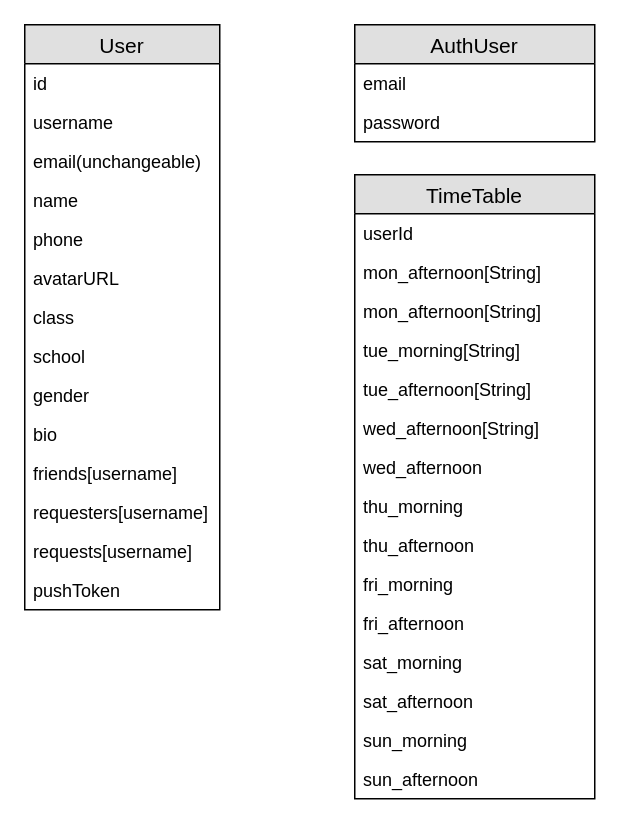
Above: page "databases" (1 of 2) of docs/diagrams.drawio in apieceofcode1801/student_time_table (draw.io), before the change. Source tidied: cells renumbered, new cells numbered last; positions are measured from the earlier drawing's top-left corner, leaving out a move shared by most shapes. Both pictures are drawn from the tidied source at 150%, with x=0, y=0 at pixel (24, 24).
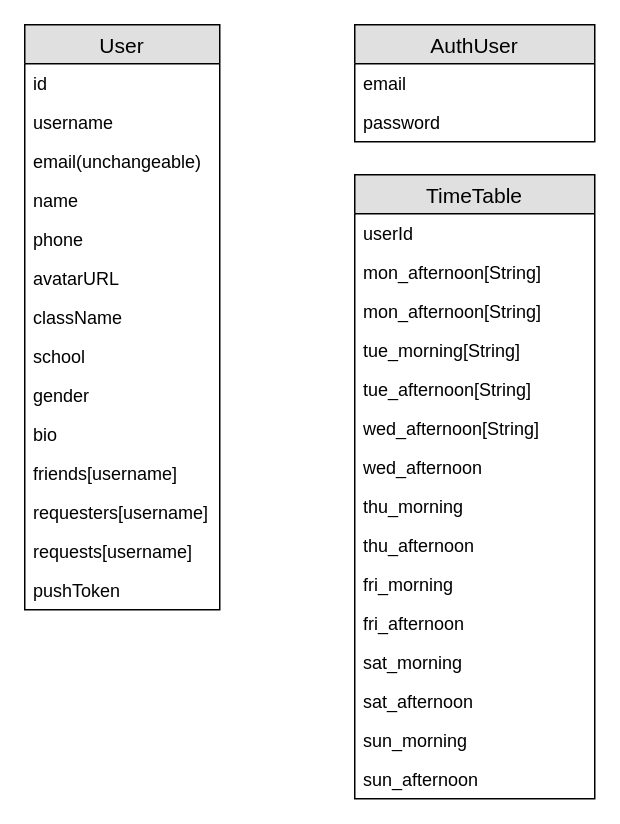
Above is the later version.

The change refers to these unchanged cells:
```xml
<mxCell id="2" value="User" style="swimlane;fontStyle=0;horizontal=1;startSize=26;fillColor=#e0e0e0;swimlaneFillColor=#ffffff;align=center;fontSize=14;" parent="1" vertex="1">
  <mxGeometry width="130" height="390" as="geometry" />
</mxCell>
```

The edit, as a diff of the source:
```diff
@@
-    <mxCell id="9" value="class" style="text;strokeColor=none;fillColor=none;spacingLeft=4;spacingRight=4;overflow=hidden;fontSize=12;" parent="2" vertex="1">
+    <mxCell id="9" value="className" style="text;strokeColor=none;fillColor=none;spacingLeft=4;spacingRight=4;overflow=hidden;fontSize=12;" parent="2" vertex="1">
       <mxGeometry y="182" width="130" height="26" as="geometry" />
     </mxCell>
```
